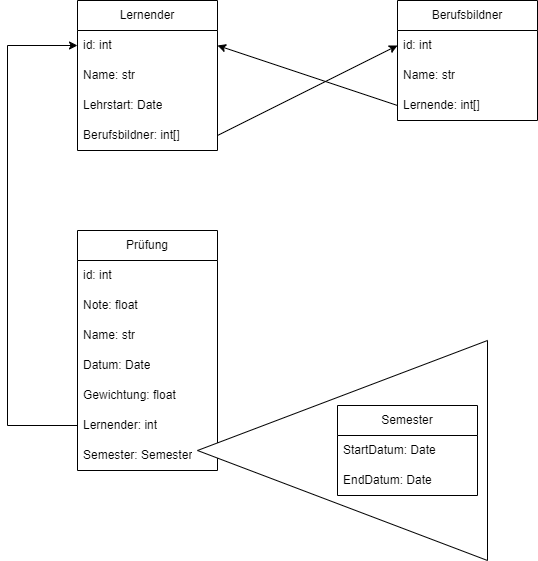
mariotraub/m165 keeps this draw.io diagram as kn-m-02/scheme.png. Above is the earlier version. Source tidied: cells renumbered, new cells last; positions are measured from the earlier drawing's top-left corner, leaving out a move shared by most shapes. The source it was exported from:
```xml
<mxGraphModel>
  <root>
    <mxCell id="0" />
    <mxCell id="1" parent="0" />
    <mxCell id="2" value="Lernender" style="swimlane;fontStyle=0;horizontal=1;startSize=30;whiteSpace=wrap;html=1;" parent="1" vertex="1">
      <mxGeometry x="70" width="140" height="150" as="geometry" />
    </mxCell>
    <mxCell id="3" value="id: int" style="text;strokeColor=none;fillColor=none;align=left;verticalAlign=middle;spacingLeft=4;spacingRight=4;overflow=hidden;points=[[0,0.5],[1,0.5]];portConstraint=eastwest;whiteSpace=wrap;html=1;" parent="2" vertex="1">
      <mxGeometry y="30" width="140" height="30" as="geometry" />
    </mxCell>
    <mxCell id="4" value="Name: str" style="text;strokeColor=none;fillColor=none;align=left;verticalAlign=middle;spacingLeft=4;spacingRight=4;overflow=hidden;whiteSpace=wrap;html=1;" parent="2" vertex="1">
      <mxGeometry y="60" width="140" height="30" as="geometry" />
    </mxCell>
    <mxCell id="5" value="Lehrstart: Date" style="text;strokeColor=none;fillColor=none;align=left;verticalAlign=middle;spacingLeft=4;spacingRight=4;overflow=hidden;whiteSpace=wrap;html=1;" parent="2" vertex="1">
      <mxGeometry y="90" width="140" height="30" as="geometry" />
    </mxCell>
    <mxCell id="6" value="Berufsbildner: int[]" style="text;strokeColor=none;fillColor=none;align=left;verticalAlign=middle;spacingLeft=4;spacingRight=4;overflow=hidden;points=[[0,0.5],[1,0.5]];portConstraint=eastwest;whiteSpace=wrap;html=1;" parent="2" vertex="1">
      <mxGeometry y="120" width="140" height="30" as="geometry" />
    </mxCell>
    <mxCell id="7" value="Berufsbildner" style="swimlane;fontStyle=0;horizontal=1;startSize=30;whiteSpace=wrap;html=1;" parent="1" vertex="1">
      <mxGeometry x="390" width="140" height="120" as="geometry" />
    </mxCell>
    <mxCell id="8" value="id: int" style="text;strokeColor=none;fillColor=none;align=left;verticalAlign=middle;spacingLeft=4;spacingRight=4;overflow=hidden;points=[[0,0.5],[1,0.5]];portConstraint=eastwest;whiteSpace=wrap;html=1;" parent="7" vertex="1">
      <mxGeometry y="30" width="140" height="30" as="geometry" />
    </mxCell>
    <mxCell id="9" value="Name: str" style="text;strokeColor=none;fillColor=none;align=left;verticalAlign=middle;spacingLeft=4;spacingRight=4;overflow=hidden;whiteSpace=wrap;html=1;" parent="7" vertex="1">
      <mxGeometry y="60" width="140" height="30" as="geometry" />
    </mxCell>
    <mxCell id="10" value="Lernende: int[]" style="text;strokeColor=none;fillColor=none;align=left;verticalAlign=middle;spacingLeft=4;spacingRight=4;overflow=hidden;points=[[0,0.5],[1,0.5]];portConstraint=eastwest;whiteSpace=wrap;html=1;" parent="7" vertex="1">
      <mxGeometry y="90" width="140" height="30" as="geometry" />
    </mxCell>
    <mxCell id="11" value="Prüfung" style="swimlane;fontStyle=0;horizontal=1;startSize=30;whiteSpace=wrap;html=1;" parent="1" vertex="1">
      <mxGeometry x="70" y="230" width="140" height="240" as="geometry" />
    </mxCell>
    <mxCell id="12" value="id: int" style="text;strokeColor=none;fillColor=none;align=left;verticalAlign=middle;spacingLeft=4;spacingRight=4;overflow=hidden;whiteSpace=wrap;html=1;" parent="11" vertex="1">
      <mxGeometry y="30" width="140" height="30" as="geometry" />
    </mxCell>
    <mxCell id="13" value="Note: float" style="text;strokeColor=none;fillColor=none;align=left;verticalAlign=middle;spacingLeft=4;spacingRight=4;overflow=hidden;whiteSpace=wrap;html=1;" parent="11" vertex="1">
      <mxGeometry y="60" width="140" height="30" as="geometry" />
    </mxCell>
    <mxCell id="14" value="Name: str" style="text;strokeColor=none;fillColor=none;align=left;verticalAlign=middle;spacingLeft=4;spacingRight=4;overflow=hidden;whiteSpace=wrap;html=1;" parent="11" vertex="1">
      <mxGeometry y="90" width="140" height="30" as="geometry" />
    </mxCell>
    <mxCell id="15" value="Datum: Date" style="text;strokeColor=none;fillColor=none;align=left;verticalAlign=middle;spacingLeft=4;spacingRight=4;overflow=hidden;whiteSpace=wrap;html=1;" parent="11" vertex="1">
      <mxGeometry y="120" width="140" height="30" as="geometry" />
    </mxCell>
    <mxCell id="16" value="&lt;div&gt;Gewichtung: float&lt;/div&gt;" style="text;strokeColor=none;fillColor=none;align=left;verticalAlign=middle;spacingLeft=4;spacingRight=4;overflow=hidden;whiteSpace=wrap;html=1;" parent="11" vertex="1">
      <mxGeometry y="150" width="140" height="30" as="geometry" />
    </mxCell>
    <mxCell id="17" value="Lernender: int" style="text;strokeColor=none;fillColor=none;align=left;verticalAlign=middle;spacingLeft=4;spacingRight=4;overflow=hidden;points=[[0,0.5],[1,0.5]];portConstraint=eastwest;whiteSpace=wrap;html=1;" parent="11" vertex="1">
      <mxGeometry y="180" width="140" height="30" as="geometry" />
    </mxCell>
    <mxCell id="18" value="Semester: Semester" style="text;strokeColor=none;fillColor=none;align=left;verticalAlign=middle;spacingLeft=4;spacingRight=4;overflow=hidden;whiteSpace=wrap;html=1;" parent="11" vertex="1">
      <mxGeometry y="210" width="140" height="30" as="geometry" />
    </mxCell>
    <mxCell id="19" style="triangle;whiteSpace=wrap;html=1;rotation=-180;" parent="1" vertex="1">
      <mxGeometry x="190" y="340" width="290" height="220" as="geometry" />
    </mxCell>
    <mxCell id="20" value="Semester" style="swimlane;fontStyle=0;horizontal=1;startSize=30;whiteSpace=wrap;html=1;" parent="1" vertex="1">
      <mxGeometry x="330" y="405" width="140" height="90" as="geometry" />
    </mxCell>
    <mxCell id="21" value="StartDatum: Date" style="text;strokeColor=none;fillColor=none;align=left;verticalAlign=middle;spacingLeft=4;spacingRight=4;overflow=hidden;whiteSpace=wrap;html=1;" parent="20" vertex="1">
      <mxGeometry y="30" width="140" height="30" as="geometry" />
    </mxCell>
    <mxCell id="22" value="EndDatum: Date" style="text;strokeColor=none;fillColor=none;align=left;verticalAlign=middle;spacingLeft=4;spacingRight=4;overflow=hidden;whiteSpace=wrap;html=1;" parent="20" vertex="1">
      <mxGeometry y="60" width="140" height="30" as="geometry" />
    </mxCell>
    <mxCell id="23" style="endArrow=classic;html=1;rounded=0;exitX=0;exitY=0.5;exitDx=0;exitDy=0;entryX=0;entryY=0.5;entryDx=0;entryDy=0;edgeStyle=orthogonalEdgeStyle;" parent="1" edge="1" source="17" target="3">
      <mxGeometry relative="1" as="geometry">
        <Array as="points">
          <mxPoint y="425" />
          <mxPoint y="45" />
        </Array>
      </mxGeometry>
    </mxCell>
    <mxCell id="24" style="endArrow=classic;html=1;rounded=0;exitX=0;exitY=0.5;exitDx=0;exitDy=0;entryX=1;entryY=0.5;entryDx=0;entryDy=0;" parent="1" edge="1" source="10" target="3">
      <mxGeometry relative="1" as="geometry" />
    </mxCell>
    <mxCell id="25" style="endArrow=classic;html=1;rounded=0;exitX=1;exitY=0.5;exitDx=0;exitDy=0;entryX=0;entryY=0.5;entryDx=0;entryDy=0;" parent="1" edge="1" source="6" target="8">
      <mxGeometry relative="1" as="geometry" />
    </mxCell>
  </root>
</mxGraphModel>
```
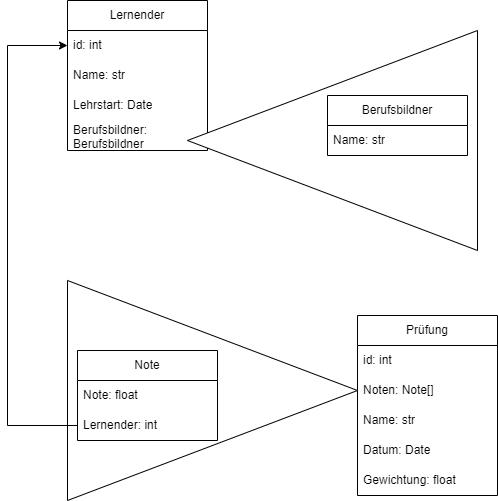
The same file after the commit.

Change to the diagram source:
```diff
@@ -14,28 +14,25 @@
     <mxCell id="5" value="Lehrstart: Date" style="text;strokeColor=none;fillColor=none;align=left;verticalAlign=middle;spacingLeft=4;spacingRight=4;overflow=hidden;whiteSpace=wrap;html=1;" parent="2" vertex="1">
       <mxGeometry y="90" width="140" height="30" as="geometry" />
     </mxCell>
-    <mxCell id="6" value="Berufsbildner: int[]" style="text;strokeColor=none;fillColor=none;align=left;verticalAlign=middle;spacingLeft=4;spacingRight=4;overflow=hidden;points=[[0,0.5],[1,0.5]];portConstraint=eastwest;whiteSpace=wrap;html=1;" parent="2" vertex="1">
+    <mxCell id="6" value="Berufsbildner: Berufsbildner" style="text;strokeColor=none;fillColor=none;align=left;verticalAlign=middle;spacingLeft=4;spacingRight=4;overflow=hidden;points=[[0,0.5],[1,0.5]];portConstraint=eastwest;whiteSpace=wrap;html=1;" parent="2" vertex="1">
       <mxGeometry y="120" width="140" height="30" as="geometry" />
     </mxCell>
+    <mxCell id="26" style="triangle;whiteSpace=wrap;html=1;rotation=-180;" parent="1" vertex="1">
+      <mxGeometry x="190" y="30" width="290" height="220" as="geometry" />
+    </mxCell>
     <mxCell id="7" value="Berufsbildner" style="swimlane;fontStyle=0;horizontal=1;startSize=30;whiteSpace=wrap;html=1;" parent="1" vertex="1">
-      <mxGeometry x="390" width="140" height="120" as="geometry" />
+      <mxGeometry x="330" y="95" width="140" height="60" as="geometry" />
     </mxCell>
-    <mxCell id="8" value="id: int" style="text;strokeColor=none;fillColor=none;align=left;verticalAlign=middle;spacingLeft=4;spacingRight=4;overflow=hidden;points=[[0,0.5],[1,0.5]];portConstraint=eastwest;whiteSpace=wrap;html=1;" parent="7" vertex="1">
-      <mxGeometry y="30" width="140" height="30" as="geometry" />
-    </mxCell>
     <mxCell id="9" value="Name: str" style="text;strokeColor=none;fillColor=none;align=left;verticalAlign=middle;spacingLeft=4;spacingRight=4;overflow=hidden;whiteSpace=wrap;html=1;" parent="7" vertex="1">
-      <mxGeometry y="60" width="140" height="30" as="geometry" />
+      <mxGeometry y="30" width="140" height="30" as="geometry" />
     </mxCell>
-    <mxCell id="10" value="Lernende: int[]" style="text;strokeColor=none;fillColor=none;align=left;verticalAlign=middle;spacingLeft=4;spacingRight=4;overflow=hidden;points=[[0,0.5],[1,0.5]];portConstraint=eastwest;whiteSpace=wrap;html=1;" parent="7" vertex="1">
-      <mxGeometry y="90" width="140" height="30" as="geometry" />
-    </mxCell>
     <mxCell id="11" value="Prüfung" style="swimlane;fontStyle=0;horizontal=1;startSize=30;whiteSpace=wrap;html=1;" parent="1" vertex="1">
-      <mxGeometry x="70" y="230" width="140" height="240" as="geometry" />
+      <mxGeometry x="360" y="315" width="140" height="180" as="geometry" />
     </mxCell>
     <mxCell id="12" value="id: int" style="text;strokeColor=none;fillColor=none;align=left;verticalAlign=middle;spacingLeft=4;spacingRight=4;overflow=hidden;whiteSpace=wrap;html=1;" parent="11" vertex="1">
       <mxGeometry y="30" width="140" height="30" as="geometry" />
     </mxCell>
-    <mxCell id="13" value="Note: float" style="text;strokeColor=none;fillColor=none;align=left;verticalAlign=middle;spacingLeft=4;spacingRight=4;overflow=hidden;whiteSpace=wrap;html=1;" parent="11" vertex="1">
+    <mxCell id="13" value="Noten: Note[]" style="text;strokeColor=none;fillColor=none;align=left;verticalAlign=middle;spacingLeft=4;spacingRight=4;overflow=hidden;whiteSpace=wrap;html=1;" parent="11" vertex="1">
       <mxGeometry y="60" width="140" height="30" as="geometry" />
     </mxCell>
     <mxCell id="14" value="Name: str" style="text;strokeColor=none;fillColor=none;align=left;verticalAlign=middle;spacingLeft=4;spacingRight=4;overflow=hidden;whiteSpace=wrap;html=1;" parent="11" vertex="1">
@@ -47,37 +44,25 @@
     <mxCell id="16" value="&lt;div&gt;Gewichtung: float&lt;/div&gt;" style="text;strokeColor=none;fillColor=none;align=left;verticalAlign=middle;spacingLeft=4;spacingRight=4;overflow=hidden;whiteSpace=wrap;html=1;" parent="11" vertex="1">
       <mxGeometry y="150" width="140" height="30" as="geometry" />
     </mxCell>
+    <mxCell id="27" style="triangle;whiteSpace=wrap;html=1;rotation=0;" parent="1" vertex="1">
+      <mxGeometry x="70" y="280" width="290" height="220" as="geometry" />
+    </mxCell>
+    <mxCell id="28" value="Note" style="swimlane;fontStyle=0;horizontal=1;startSize=30;whiteSpace=wrap;html=1;" parent="1" vertex="1">
+      <mxGeometry x="80" y="350" width="140" height="90" as="geometry" />
+    </mxCell>
+    <mxCell id="29" value="Note: float" style="text;strokeColor=none;fillColor=none;align=left;verticalAlign=middle;spacingLeft=4;spacingRight=4;overflow=hidden;whiteSpace=wrap;html=1;" parent="28" vertex="1">
+      <mxGeometry y="30" width="140" height="30" as="geometry" />
+    </mxCell>
-    <mxCell id="17" value="Lernender: int" style="text;strokeColor=none;fillColor=none;align=left;verticalAlign=middle;spacingLeft=4;spacingRight=4;overflow=hidden;points=[[0,0.5],[1,0.5]];portConstraint=eastwest;whiteSpace=wrap;html=1;" parent="11" vertex="1">
-      <mxGeometry y="180" width="140" height="30" as="geometry" />
+    <mxCell id="17" value="Lernender: int" style="text;strokeColor=none;fillColor=none;align=left;verticalAlign=middle;spacingLeft=4;spacingRight=4;overflow=hidden;points=[[0,0.5],[1,0.5]];portConstraint=eastwest;whiteSpace=wrap;html=1;" parent="28" vertex="1">
+      <mxGeometry y="60" width="140" height="30" as="geometry" />
     </mxCell>
-    <mxCell id="18" value="Semester: Semester" style="text;strokeColor=none;fillColor=none;align=left;verticalAlign=middle;spacingLeft=4;spacingRight=4;overflow=hidden;whiteSpace=wrap;html=1;" parent="11" vertex="1">
-      <mxGeometry y="210" width="140" height="30" as="geometry" />
-    </mxCell>
-    <mxCell id="19" style="triangle;whiteSpace=wrap;html=1;rotation=-180;" parent="1" vertex="1">
-      <mxGeometry x="190" y="340" width="290" height="220" as="geometry" />
-    </mxCell>
-    <mxCell id="20" value="Semester" style="swimlane;fontStyle=0;horizontal=1;startSize=30;whiteSpace=wrap;html=1;" parent="1" vertex="1">
-      <mxGeometry x="330" y="405" width="140" height="90" as="geometry" />
-    </mxCell>
-    <mxCell id="21" value="StartDatum: Date" style="text;strokeColor=none;fillColor=none;align=left;verticalAlign=middle;spacingLeft=4;spacingRight=4;overflow=hidden;whiteSpace=wrap;html=1;" parent="20" vertex="1">
-      <mxGeometry y="30" width="140" height="30" as="geometry" />
-    </mxCell>
-    <mxCell id="22" value="EndDatum: Date" style="text;strokeColor=none;fillColor=none;align=left;verticalAlign=middle;spacingLeft=4;spacingRight=4;overflow=hidden;whiteSpace=wrap;html=1;" parent="20" vertex="1">
-      <mxGeometry y="60" width="140" height="30" as="geometry" />
-    </mxCell>
-    <mxCell id="23" style="endArrow=classic;html=1;rounded=0;exitX=0;exitY=0.5;exitDx=0;exitDy=0;entryX=0;entryY=0.5;entryDx=0;entryDy=0;edgeStyle=orthogonalEdgeStyle;" parent="1" edge="1" source="17" target="3">
+    <mxCell id="23" style="edgeStyle=orthogonalEdgeStyle;rounded=0;jettySize=auto;html=1;entryX=0;entryY=0.5;entryDx=0;entryDy=0;" parent="1" edge="1" source="17" target="3">
       <mxGeometry relative="1" as="geometry">
         <Array as="points">
-          <mxPoint y="425" />
-          <mxPoint y="45" />
+          <mxPoint x="10" y="425" />
+          <mxPoint x="10" y="45" />
         </Array>
       </mxGeometry>
     </mxCell>
-    <mxCell id="24" style="endArrow=classic;html=1;rounded=0;exitX=0;exitY=0.5;exitDx=0;exitDy=0;entryX=1;entryY=0.5;entryDx=0;entryDy=0;" parent="1" edge="1" source="10" target="3">
-      <mxGeometry relative="1" as="geometry" />
-    </mxCell>
-    <mxCell id="25" style="endArrow=classic;html=1;rounded=0;exitX=1;exitY=0.5;exitDx=0;exitDy=0;entryX=0;entryY=0.5;entryDx=0;entryDy=0;" parent="1" edge="1" source="6" target="8">
-      <mxGeometry relative="1" as="geometry" />
-    </mxCell>
   </root>
 </mxGraphModel>
```
